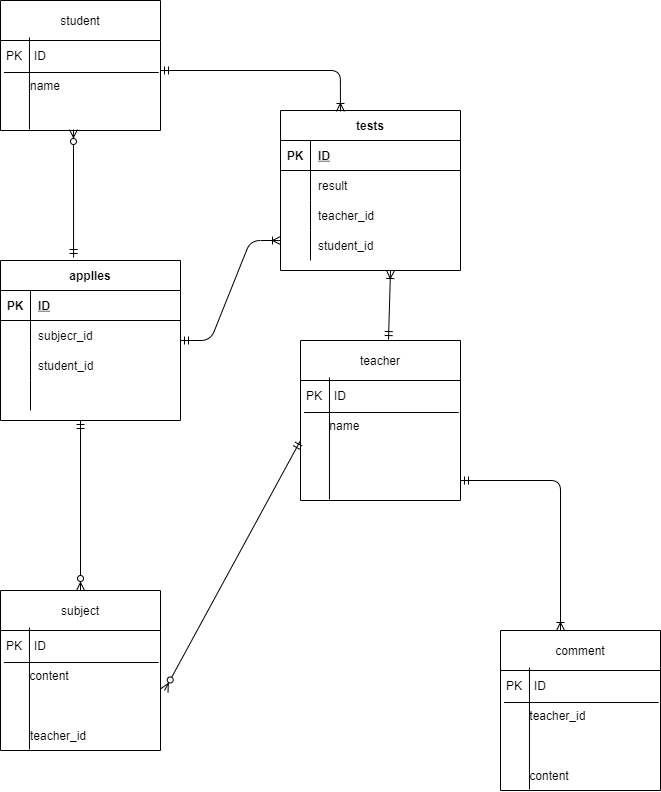
This is index2.drawio.png from azuma2/ER, a draw.io export, as it was before one commit. Source tidied: cells renumbered, new cells last; positions are measured from the earlier drawing's top-left corner, leaving out a move shared by most shapes. The source it was exported from:
```xml
<mxGraphModel>
  <root>
    <mxCell id="0" />
    <mxCell id="1" parent="0" />
    <mxCell id="2" value="student" style="swimlane;fontStyle=0;horizontal=1;startSize=40;" parent="1" vertex="1">
      <mxGeometry width="160" height="130" as="geometry" />
    </mxCell>
    <mxCell id="3" value="PK　ID" style="text;strokeColor=none;fillColor=none;align=left;verticalAlign=middle;spacingLeft=4;spacingRight=4;overflow=hidden;points=[[0,0.5],[1,0.5]];portConstraint=eastwest;" parent="2" vertex="1">
      <mxGeometry y="40" width="160" height="30" as="geometry" />
    </mxCell>
    <mxCell id="4" value="　　name" style="text;strokeColor=none;fillColor=none;align=left;verticalAlign=middle;spacingLeft=4;spacingRight=4;overflow=hidden;points=[[0,0.5],[1,0.5]];portConstraint=eastwest;" parent="2" vertex="1">
      <mxGeometry y="70" width="160" height="30" as="geometry" />
    </mxCell>
    <mxCell id="5" value=" " style="text;strokeColor=none;fillColor=none;align=left;verticalAlign=middle;spacingLeft=4;spacingRight=4;overflow=hidden;points=[[0,0.5],[1,0.5]];portConstraint=eastwest;" parent="2" vertex="1">
      <mxGeometry y="100" width="160" height="30" as="geometry" />
    </mxCell>
    <mxCell id="6" style="endArrow=none;html=1;exitX=0.022;exitY=0.067;exitDx=0;exitDy=0;exitPerimeter=0;entryX=0.989;entryY=0.067;entryDx=0;entryDy=0;entryPerimeter=0;" parent="2" edge="1" source="4" target="4">
      <mxGeometry relative="1" as="geometry" />
    </mxCell>
    <mxCell id="7" style="endArrow=none;html=1;entryX=0.181;entryY=-0.1;entryDx=0;entryDy=0;entryPerimeter=0;exitX=0.181;exitY=0.967;exitDx=0;exitDy=0;exitPerimeter=0;" parent="2" edge="1" source="5" target="3">
      <mxGeometry relative="1" as="geometry" />
    </mxCell>
    <mxCell id="8" value="subject" style="swimlane;fontStyle=0;horizontal=1;startSize=40;" parent="1" vertex="1">
      <mxGeometry y="590" width="160" height="160" as="geometry" />
    </mxCell>
    <mxCell id="9" value="PK　ID" style="text;strokeColor=none;fillColor=none;align=left;verticalAlign=middle;spacingLeft=4;spacingRight=4;overflow=hidden;points=[[0,0.5],[1,0.5]];portConstraint=eastwest;" parent="8" vertex="1">
      <mxGeometry y="40" width="160" height="30" as="geometry" />
    </mxCell>
    <mxCell id="10" value="       content" style="text;strokeColor=none;fillColor=none;align=left;verticalAlign=middle;spacingLeft=4;spacingRight=4;overflow=hidden;points=[[0,0.5],[1,0.5]];portConstraint=eastwest;" parent="8" vertex="1">
      <mxGeometry y="70" width="160" height="30" as="geometry" />
    </mxCell>
    <mxCell id="11" value=" " style="text;strokeColor=none;fillColor=none;align=left;verticalAlign=middle;spacingLeft=4;spacingRight=4;overflow=hidden;points=[[0,0.5],[1,0.5]];portConstraint=eastwest;" parent="8" vertex="1">
      <mxGeometry y="100" width="160" height="30" as="geometry" />
    </mxCell>
    <mxCell id="12" value="　　teacher_id" style="text;strokeColor=none;fillColor=none;align=left;verticalAlign=middle;spacingLeft=4;spacingRight=4;overflow=hidden;points=[[0,0.5],[1,0.5]];portConstraint=eastwest;" parent="8" vertex="1">
      <mxGeometry y="130" width="160" height="30" as="geometry" />
    </mxCell>
    <mxCell id="13" style="endArrow=none;html=1;exitX=0.022;exitY=0.067;exitDx=0;exitDy=0;exitPerimeter=0;entryX=0.989;entryY=0.067;entryDx=0;entryDy=0;entryPerimeter=0;" parent="8" edge="1" source="10" target="10">
      <mxGeometry relative="1" as="geometry" />
    </mxCell>
    <mxCell id="14" style="endArrow=none;html=1;entryX=0.181;entryY=-0.1;entryDx=0;entryDy=0;entryPerimeter=0;exitX=0.181;exitY=0.967;exitDx=0;exitDy=0;exitPerimeter=0;" parent="8" edge="1" source="12" target="9">
      <mxGeometry relative="1" as="geometry" />
    </mxCell>
    <mxCell id="15" value="teacher" style="swimlane;fontStyle=0;horizontal=1;startSize=40;" parent="1" vertex="1">
      <mxGeometry x="300" y="340" width="160" height="160" as="geometry" />
    </mxCell>
    <mxCell id="16" value="PK　ID" style="text;strokeColor=none;fillColor=none;align=left;verticalAlign=middle;spacingLeft=4;spacingRight=4;overflow=hidden;points=[[0,0.5],[1,0.5]];portConstraint=eastwest;" parent="15" vertex="1">
      <mxGeometry y="40" width="160" height="30" as="geometry" />
    </mxCell>
    <mxCell id="17" value="       name" style="text;strokeColor=none;fillColor=none;align=left;verticalAlign=middle;spacingLeft=4;spacingRight=4;overflow=hidden;points=[[0,0.5],[1,0.5]];portConstraint=eastwest;" parent="15" vertex="1">
      <mxGeometry y="70" width="160" height="30" as="geometry" />
    </mxCell>
    <mxCell id="18" value="       " style="text;strokeColor=none;fillColor=none;align=left;verticalAlign=middle;spacingLeft=4;spacingRight=4;overflow=hidden;points=[[0,0.5],[1,0.5]];portConstraint=eastwest;" parent="15" vertex="1">
      <mxGeometry y="100" width="160" height="30" as="geometry" />
    </mxCell>
    <mxCell id="19" value="       " style="text;strokeColor=none;fillColor=none;align=left;verticalAlign=middle;spacingLeft=4;spacingRight=4;overflow=hidden;points=[[0,0.5],[1,0.5]];portConstraint=eastwest;" parent="15" vertex="1">
      <mxGeometry y="130" width="160" height="30" as="geometry" />
    </mxCell>
    <mxCell id="20" style="endArrow=none;html=1;exitX=0.022;exitY=0.067;exitDx=0;exitDy=0;exitPerimeter=0;entryX=0.989;entryY=0.067;entryDx=0;entryDy=0;entryPerimeter=0;" parent="15" edge="1" source="17" target="17">
      <mxGeometry relative="1" as="geometry" />
    </mxCell>
    <mxCell id="21" style="endArrow=none;html=1;entryX=0.181;entryY=-0.1;entryDx=0;entryDy=0;entryPerimeter=0;exitX=0.181;exitY=0.967;exitDx=0;exitDy=0;exitPerimeter=0;" parent="15" edge="1" source="19" target="16">
      <mxGeometry relative="1" as="geometry" />
    </mxCell>
    <mxCell id="22" value="comment" style="swimlane;fontStyle=0;horizontal=1;startSize=40;" parent="1" vertex="1">
      <mxGeometry x="500" y="630" width="160" height="160" as="geometry" />
    </mxCell>
    <mxCell id="23" value="PK　ID" style="text;strokeColor=none;fillColor=none;align=left;verticalAlign=middle;spacingLeft=4;spacingRight=4;overflow=hidden;points=[[0,0.5],[1,0.5]];portConstraint=eastwest;" parent="22" vertex="1">
      <mxGeometry y="40" width="160" height="30" as="geometry" />
    </mxCell>
    <mxCell id="24" value="       teacher_id" style="text;strokeColor=none;fillColor=none;align=left;verticalAlign=middle;spacingLeft=4;spacingRight=4;overflow=hidden;points=[[0,0.5],[1,0.5]];portConstraint=eastwest;" parent="22" vertex="1">
      <mxGeometry y="70" width="160" height="30" as="geometry" />
    </mxCell>
    <mxCell id="25" value=" " style="text;strokeColor=none;fillColor=none;align=left;verticalAlign=middle;spacingLeft=4;spacingRight=4;overflow=hidden;" parent="22" vertex="1">
      <mxGeometry y="100" width="160" height="30" as="geometry" />
    </mxCell>
    <mxCell id="26" value="       content" style="text;strokeColor=none;fillColor=none;align=left;verticalAlign=middle;spacingLeft=4;spacingRight=4;overflow=hidden;points=[[0,0.5],[1,0.5]];portConstraint=eastwest;" parent="22" vertex="1">
      <mxGeometry y="130" width="160" height="30" as="geometry" />
    </mxCell>
    <mxCell id="27" style="endArrow=none;html=1;exitX=0.022;exitY=0.067;exitDx=0;exitDy=0;exitPerimeter=0;entryX=0.989;entryY=0.067;entryDx=0;entryDy=0;entryPerimeter=0;" parent="22" edge="1" source="24" target="24">
      <mxGeometry relative="1" as="geometry" />
    </mxCell>
    <mxCell id="28" style="endArrow=none;html=1;entryX=0.181;entryY=-0.1;entryDx=0;entryDy=0;entryPerimeter=0;exitX=0.181;exitY=0.967;exitDx=0;exitDy=0;exitPerimeter=0;" parent="22" edge="1" source="26" target="23">
      <mxGeometry relative="1" as="geometry" />
    </mxCell>
    <mxCell id="29" style="fontSize=12;html=1;endArrow=ERzeroToMany;startArrow=ERmandOne;entryX=1.025;entryY=0;entryDx=0;entryDy=0;entryPerimeter=0;exitX=0;exitY=0;exitDx=0;exitDy=0;exitPerimeter=0;" parent="1" edge="1" source="18" target="11">
      <mxGeometry relative="1" as="geometry" />
    </mxCell>
    <mxCell id="30" style="edgeStyle=orthogonalEdgeStyle;fontSize=12;html=1;endArrow=ERoneToMany;startArrow=ERmandOne;entryX=0.375;entryY=0;entryDx=0;entryDy=0;entryPerimeter=0;" parent="1" edge="1" target="22">
      <mxGeometry relative="1" as="geometry">
        <mxPoint x="460" y="480" as="sourcePoint" />
      </mxGeometry>
    </mxCell>
    <mxCell id="31" value="applles" style="shape=table;startSize=30;rowLines=0;fontStyle=1;align=center;" parent="1" vertex="1">
      <mxGeometry y="260" width="180" height="160" as="geometry" />
    </mxCell>
    <mxCell id="32" style="shape=partialRectangle;fillColor=none;top=0;left=0;bottom=1;right=0;" parent="31" vertex="1">
      <mxGeometry y="30" width="180" height="30" as="geometry" />
    </mxCell>
    <mxCell id="33" value="PK" style="shape=partialRectangle;fillColor=none;top=0;left=0;bottom=0;right=0;fontStyle=1;overflow=hidden;" parent="32" vertex="1">
      <mxGeometry width="30" height="30" as="geometry" />
    </mxCell>
    <mxCell id="34" value="ID" style="shape=partialRectangle;fillColor=none;top=0;left=0;bottom=0;right=0;align=left;spacingLeft=6;fontStyle=5;overflow=hidden;" parent="32" vertex="1">
      <mxGeometry x="30" width="150" height="30" as="geometry" />
    </mxCell>
    <mxCell id="35" style="shape=partialRectangle;fillColor=none;top=0;left=0;bottom=0;right=0;" parent="31" vertex="1">
      <mxGeometry y="60" width="180" height="30" as="geometry" />
    </mxCell>
    <mxCell id="36" style="shape=partialRectangle;fillColor=none;top=0;left=0;bottom=0;right=0;overflow=hidden;" parent="35" vertex="1">
      <mxGeometry width="30" height="30" as="geometry" />
    </mxCell>
    <mxCell id="37" value="subjecr_id" style="shape=partialRectangle;fillColor=none;top=0;left=0;bottom=0;right=0;align=left;spacingLeft=6;overflow=hidden;" parent="35" vertex="1">
      <mxGeometry x="30" width="150" height="30" as="geometry" />
    </mxCell>
    <mxCell id="38" style="shape=partialRectangle;fillColor=none;top=0;left=0;bottom=0;right=0;" parent="31" vertex="1">
      <mxGeometry y="90" width="180" height="30" as="geometry" />
    </mxCell>
    <mxCell id="39" style="shape=partialRectangle;fillColor=none;top=0;left=0;bottom=0;right=0;overflow=hidden;" parent="38" vertex="1">
      <mxGeometry width="30" height="30" as="geometry" />
    </mxCell>
    <mxCell id="40" value="student_id" style="shape=partialRectangle;fillColor=none;top=0;left=0;bottom=0;right=0;align=left;spacingLeft=6;overflow=hidden;" parent="38" vertex="1">
      <mxGeometry x="30" width="150" height="30" as="geometry" />
    </mxCell>
    <mxCell id="41" style="shape=partialRectangle;fillColor=none;top=0;left=0;bottom=0;right=0;" parent="31" vertex="1">
      <mxGeometry y="120" width="180" height="30" as="geometry" />
    </mxCell>
    <mxCell id="42" style="shape=partialRectangle;fillColor=none;top=0;left=0;bottom=0;right=0;overflow=hidden;" parent="41" vertex="1">
      <mxGeometry width="30" height="30" as="geometry" />
    </mxCell>
    <mxCell id="43" style="shape=partialRectangle;fillColor=none;top=0;left=0;bottom=0;right=0;align=left;spacingLeft=6;overflow=hidden;" parent="41" vertex="1">
      <mxGeometry x="30" width="150" height="30" as="geometry" />
    </mxCell>
    <mxCell id="44" value="tests" style="shape=table;startSize=30;rowLines=0;fontStyle=1;align=center;" parent="1" vertex="1">
      <mxGeometry x="280" y="110" width="180" height="160" as="geometry" />
    </mxCell>
    <mxCell id="45" style="shape=partialRectangle;fillColor=none;top=0;left=0;bottom=1;right=0;" parent="44" vertex="1">
      <mxGeometry y="30" width="180" height="30" as="geometry" />
    </mxCell>
    <mxCell id="46" value="PK" style="shape=partialRectangle;fillColor=none;top=0;left=0;bottom=0;right=0;fontStyle=1;overflow=hidden;" parent="45" vertex="1">
      <mxGeometry width="30" height="30" as="geometry" />
    </mxCell>
    <mxCell id="47" value="ID" style="shape=partialRectangle;fillColor=none;top=0;left=0;bottom=0;right=0;align=left;spacingLeft=6;fontStyle=5;overflow=hidden;" parent="45" vertex="1">
      <mxGeometry x="30" width="150" height="30" as="geometry" />
    </mxCell>
    <mxCell id="48" style="shape=partialRectangle;fillColor=none;top=0;left=0;bottom=0;right=0;" parent="44" vertex="1">
      <mxGeometry y="60" width="180" height="30" as="geometry" />
    </mxCell>
    <mxCell id="49" style="shape=partialRectangle;fillColor=none;top=0;left=0;bottom=0;right=0;overflow=hidden;" parent="48" vertex="1">
      <mxGeometry width="30" height="30" as="geometry" />
    </mxCell>
    <mxCell id="50" value="result" style="shape=partialRectangle;fillColor=none;top=0;left=0;bottom=0;right=0;align=left;spacingLeft=6;overflow=hidden;" parent="48" vertex="1">
      <mxGeometry x="30" width="150" height="30" as="geometry" />
    </mxCell>
    <mxCell id="51" style="shape=partialRectangle;fillColor=none;top=0;left=0;bottom=0;right=0;" parent="44" vertex="1">
      <mxGeometry y="90" width="180" height="30" as="geometry" />
    </mxCell>
    <mxCell id="52" style="shape=partialRectangle;fillColor=none;top=0;left=0;bottom=0;right=0;overflow=hidden;" parent="51" vertex="1">
      <mxGeometry width="30" height="30" as="geometry" />
    </mxCell>
    <mxCell id="53" value="teacher_id" style="shape=partialRectangle;fillColor=none;top=0;left=0;bottom=0;right=0;align=left;spacingLeft=6;overflow=hidden;" parent="51" vertex="1">
      <mxGeometry x="30" width="150" height="30" as="geometry" />
    </mxCell>
    <mxCell id="54" style="shape=partialRectangle;fillColor=none;top=0;left=0;bottom=0;right=0;" parent="44" vertex="1">
      <mxGeometry y="120" width="180" height="30" as="geometry" />
    </mxCell>
    <mxCell id="55" style="shape=partialRectangle;fillColor=none;top=0;left=0;bottom=0;right=0;overflow=hidden;" parent="54" vertex="1">
      <mxGeometry width="30" height="30" as="geometry" />
    </mxCell>
    <mxCell id="56" value="student_id" style="shape=partialRectangle;fillColor=none;top=0;left=0;bottom=0;right=0;align=left;spacingLeft=6;overflow=hidden;" parent="54" vertex="1">
      <mxGeometry x="30" width="150" height="30" as="geometry" />
    </mxCell>
    <mxCell id="57" style="fontSize=12;html=1;endArrow=ERzeroToMany;startArrow=ERmandOne;entryX=0.5;entryY=0;entryDx=0;entryDy=0;" parent="1" edge="1" target="8">
      <mxGeometry relative="1" as="geometry">
        <mxPoint x="80" y="420" as="sourcePoint" />
      </mxGeometry>
    </mxCell>
    <mxCell id="58" style="fontSize=12;html=1;endArrow=ERzeroToMany;startArrow=ERmandOne;entryX=0.456;entryY=0.967;entryDx=0;entryDy=0;entryPerimeter=0;exitX=0.406;exitY=-0.019;exitDx=0;exitDy=0;exitPerimeter=0;" parent="1" edge="1" source="31" target="5">
      <mxGeometry relative="1" as="geometry" />
    </mxCell>
    <mxCell id="59" style="fontSize=12;html=1;endArrow=ERoneToMany;startArrow=ERmandOne;exitX=0.55;exitY=-0.006;exitDx=0;exitDy=0;exitPerimeter=0;" parent="1" edge="1" source="15">
      <mxGeometry relative="1" as="geometry">
        <mxPoint x="390" y="270" as="targetPoint" />
      </mxGeometry>
    </mxCell>
    <mxCell id="60" style="edgeStyle=entityRelationEdgeStyle;fontSize=12;html=1;endArrow=ERoneToMany;startArrow=ERmandOne;" parent="1" edge="1">
      <mxGeometry relative="1" as="geometry">
        <mxPoint x="180" y="340" as="sourcePoint" />
        <mxPoint x="280" y="240" as="targetPoint" />
      </mxGeometry>
    </mxCell>
    <mxCell id="61" style="edgeStyle=orthogonalEdgeStyle;fontSize=12;html=1;endArrow=ERoneToMany;startArrow=ERmandOne;entryX=0.333;entryY=0.006;entryDx=0;entryDy=0;entryPerimeter=0;" parent="1" edge="1" target="44">
      <mxGeometry relative="1" as="geometry">
        <mxPoint x="160" y="70" as="sourcePoint" />
      </mxGeometry>
    </mxCell>
  </root>
</mxGraphModel>
```
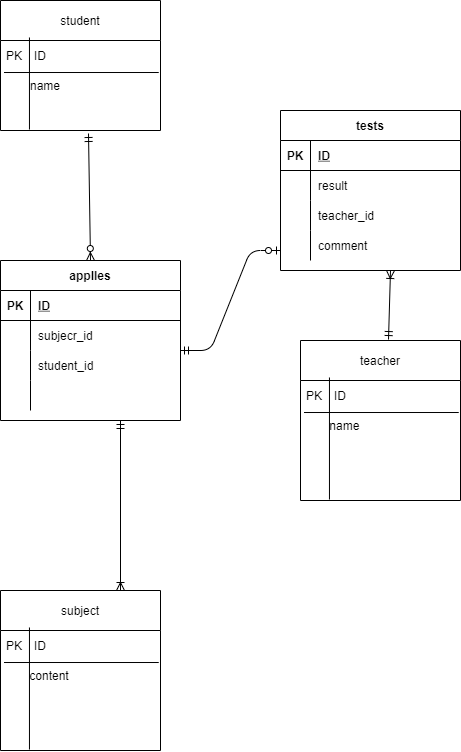
The same diagram one commit later.

Diff of the diagram source:
```diff
@@ -32,7 +32,7 @@
     <mxCell id="11" value=" " style="text;strokeColor=none;fillColor=none;align=left;verticalAlign=middle;spacingLeft=4;spacingRight=4;overflow=hidden;points=[[0,0.5],[1,0.5]];portConstraint=eastwest;" parent="8" vertex="1">
       <mxGeometry y="100" width="160" height="30" as="geometry" />
     </mxCell>
-    <mxCell id="12" value="　　teacher_id" style="text;strokeColor=none;fillColor=none;align=left;verticalAlign=middle;spacingLeft=4;spacingRight=4;overflow=hidden;points=[[0,0.5],[1,0.5]];portConstraint=eastwest;" parent="8" vertex="1">
+    <mxCell id="12" value=" " style="text;strokeColor=none;fillColor=none;align=left;verticalAlign=middle;spacingLeft=4;spacingRight=4;overflow=hidden;points=[[0,0.5],[1,0.5]];portConstraint=eastwest;" parent="8" vertex="1">
       <mxGeometry y="130" width="160" height="30" as="geometry" />
     </mxCell>
     <mxCell id="13" style="endArrow=none;html=1;exitX=0.022;exitY=0.067;exitDx=0;exitDy=0;exitPerimeter=0;entryX=0.989;entryY=0.067;entryDx=0;entryDy=0;entryPerimeter=0;" parent="8" edge="1" source="10" target="10">
@@ -62,35 +62,6 @@
     <mxCell id="21" style="endArrow=none;html=1;entryX=0.181;entryY=-0.1;entryDx=0;entryDy=0;entryPerimeter=0;exitX=0.181;exitY=0.967;exitDx=0;exitDy=0;exitPerimeter=0;" parent="15" edge="1" source="19" target="16">
       <mxGeometry relative="1" as="geometry" />
     </mxCell>
-    <mxCell id="22" value="comment" style="swimlane;fontStyle=0;horizontal=1;startSize=40;" parent="1" vertex="1">
-      <mxGeometry x="500" y="630" width="160" height="160" as="geometry" />
-    </mxCell>
-    <mxCell id="23" value="PK　ID" style="text;strokeColor=none;fillColor=none;align=left;verticalAlign=middle;spacingLeft=4;spacingRight=4;overflow=hidden;points=[[0,0.5],[1,0.5]];portConstraint=eastwest;" parent="22" vertex="1">
-      <mxGeometry y="40" width="160" height="30" as="geometry" />
-    </mxCell>
-    <mxCell id="24" value="       teacher_id" style="text;strokeColor=none;fillColor=none;align=left;verticalAlign=middle;spacingLeft=4;spacingRight=4;overflow=hidden;points=[[0,0.5],[1,0.5]];portConstraint=eastwest;" parent="22" vertex="1">
-      <mxGeometry y="70" width="160" height="30" as="geometry" />
-    </mxCell>
-    <mxCell id="25" value=" " style="text;strokeColor=none;fillColor=none;align=left;verticalAlign=middle;spacingLeft=4;spacingRight=4;overflow=hidden;" parent="22" vertex="1">
-      <mxGeometry y="100" width="160" height="30" as="geometry" />
-    </mxCell>
-    <mxCell id="26" value="       content" style="text;strokeColor=none;fillColor=none;align=left;verticalAlign=middle;spacingLeft=4;spacingRight=4;overflow=hidden;points=[[0,0.5],[1,0.5]];portConstraint=eastwest;" parent="22" vertex="1">
-      <mxGeometry y="130" width="160" height="30" as="geometry" />
-    </mxCell>
-    <mxCell id="27" style="endArrow=none;html=1;exitX=0.022;exitY=0.067;exitDx=0;exitDy=0;exitPerimeter=0;entryX=0.989;entryY=0.067;entryDx=0;entryDy=0;entryPerimeter=0;" parent="22" edge="1" source="24" target="24">
-      <mxGeometry relative="1" as="geometry" />
-    </mxCell>
-    <mxCell id="28" style="endArrow=none;html=1;entryX=0.181;entryY=-0.1;entryDx=0;entryDy=0;entryPerimeter=0;exitX=0.181;exitY=0.967;exitDx=0;exitDy=0;exitPerimeter=0;" parent="22" edge="1" source="26" target="23">
-      <mxGeometry relative="1" as="geometry" />
-    </mxCell>
-    <mxCell id="29" style="fontSize=12;html=1;endArrow=ERzeroToMany;startArrow=ERmandOne;entryX=1.025;entryY=0;entryDx=0;entryDy=0;entryPerimeter=0;exitX=0;exitY=0;exitDx=0;exitDy=0;exitPerimeter=0;" parent="1" edge="1" source="18" target="11">
-      <mxGeometry relative="1" as="geometry" />
-    </mxCell>
-    <mxCell id="30" style="edgeStyle=orthogonalEdgeStyle;fontSize=12;html=1;endArrow=ERoneToMany;startArrow=ERmandOne;entryX=0.375;entryY=0;entryDx=0;entryDy=0;entryPerimeter=0;" parent="1" edge="1" target="22">
-      <mxGeometry relative="1" as="geometry">
-        <mxPoint x="460" y="480" as="sourcePoint" />
-      </mxGeometry>
-    </mxCell>
     <mxCell id="31" value="applles" style="shape=table;startSize=30;rowLines=0;fontStyle=1;align=center;" parent="1" vertex="1">
       <mxGeometry y="260" width="180" height="160" as="geometry" />
     </mxCell>
@@ -166,15 +137,10 @@
     <mxCell id="55" style="shape=partialRectangle;fillColor=none;top=0;left=0;bottom=0;right=0;overflow=hidden;" parent="54" vertex="1">
       <mxGeometry width="30" height="30" as="geometry" />
     </mxCell>
-    <mxCell id="56" value="student_id" style="shape=partialRectangle;fillColor=none;top=0;left=0;bottom=0;right=0;align=left;spacingLeft=6;overflow=hidden;" parent="54" vertex="1">
+    <mxCell id="56" value="comment" style="shape=partialRectangle;fillColor=none;top=0;left=0;bottom=0;right=0;align=left;spacingLeft=6;overflow=hidden;" parent="54" vertex="1">
       <mxGeometry x="30" width="150" height="30" as="geometry" />
     </mxCell>
-    <mxCell id="57" style="fontSize=12;html=1;endArrow=ERzeroToMany;startArrow=ERmandOne;entryX=0.5;entryY=0;entryDx=0;entryDy=0;" parent="1" edge="1" target="8">
-      <mxGeometry relative="1" as="geometry">
-        <mxPoint x="80" y="420" as="sourcePoint" />
-      </mxGeometry>
-    </mxCell>
-    <mxCell id="58" style="fontSize=12;html=1;endArrow=ERzeroToMany;startArrow=ERmandOne;entryX=0.456;entryY=0.967;entryDx=0;entryDy=0;entryPerimeter=0;exitX=0.406;exitY=-0.019;exitDx=0;exitDy=0;exitPerimeter=0;" parent="1" edge="1" source="31" target="5">
+    <mxCell id="58" style="fontSize=12;html=1;endArrow=ERzeroToMany;startArrow=ERmandOne;exitX=0.55;exitY=1.1;exitDx=0;exitDy=0;exitPerimeter=0;entryX=0.5;entryY=0;entryDx=0;entryDy=0;" parent="1" edge="1" source="5" target="31">
       <mxGeometry relative="1" as="geometry" />
     </mxCell>
     <mxCell id="59" style="fontSize=12;html=1;endArrow=ERoneToMany;startArrow=ERmandOne;exitX=0.55;exitY=-0.006;exitDx=0;exitDy=0;exitPerimeter=0;" parent="1" edge="1" source="15">
@@ -182,16 +148,16 @@
         <mxPoint x="390" y="270" as="targetPoint" />
       </mxGeometry>
     </mxCell>
-    <mxCell id="60" style="edgeStyle=entityRelationEdgeStyle;fontSize=12;html=1;endArrow=ERoneToMany;startArrow=ERmandOne;" parent="1" edge="1">
-      <mxGeometry relative="1" as="geometry">
-        <mxPoint x="180" y="340" as="sourcePoint" />
-        <mxPoint x="280" y="240" as="targetPoint" />
-      </mxGeometry>
-    </mxCell>
-    <mxCell id="61" style="edgeStyle=orthogonalEdgeStyle;fontSize=12;html=1;endArrow=ERoneToMany;startArrow=ERmandOne;entryX=0.333;entryY=0.006;entryDx=0;entryDy=0;entryPerimeter=0;" parent="1" edge="1" target="44">
-      <mxGeometry relative="1" as="geometry">
-        <mxPoint x="160" y="70" as="sourcePoint" />
-      </mxGeometry>
-    </mxCell>
+    <mxCell id="62" style="fontSize=12;html=1;endArrow=ERoneToMany;startArrow=ERmandOne;entryX=0.75;entryY=0;entryDx=0;entryDy=0;" parent="1" edge="1" target="8">
+      <mxGeometry relative="1" as="geometry">
+        <mxPoint x="120" y="420" as="sourcePoint" />
+      </mxGeometry>
+    </mxCell>
+    <mxCell id="63" style="edgeStyle=entityRelationEdgeStyle;fontSize=12;html=1;endArrow=ERzeroToOne;startArrow=ERmandOne;" parent="1" edge="1">
+      <mxGeometry relative="1" as="geometry">
+        <mxPoint x="180" y="350" as="sourcePoint" />
+        <mxPoint x="280" y="250" as="targetPoint" />
+      </mxGeometry>
+    </mxCell>
   </root>
 </mxGraphModel>
```
